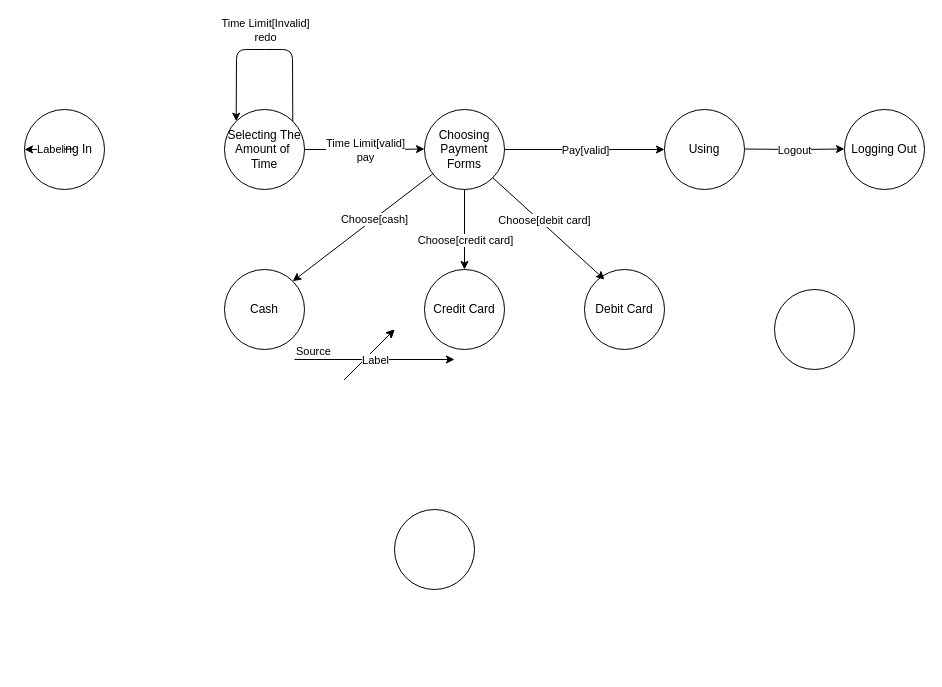
This is test.drawio from RAND1925/drawio_draft, a draw.io file, before an edit. Source tidied: cells renumbered, new cells numbered last; positions are measured from the earlier drawing's top-left corner, leaving out a move shared by most shapes. Both pictures are drawn from the tidied source at 100%, with x=0, y=0 at pixel (24, 49).
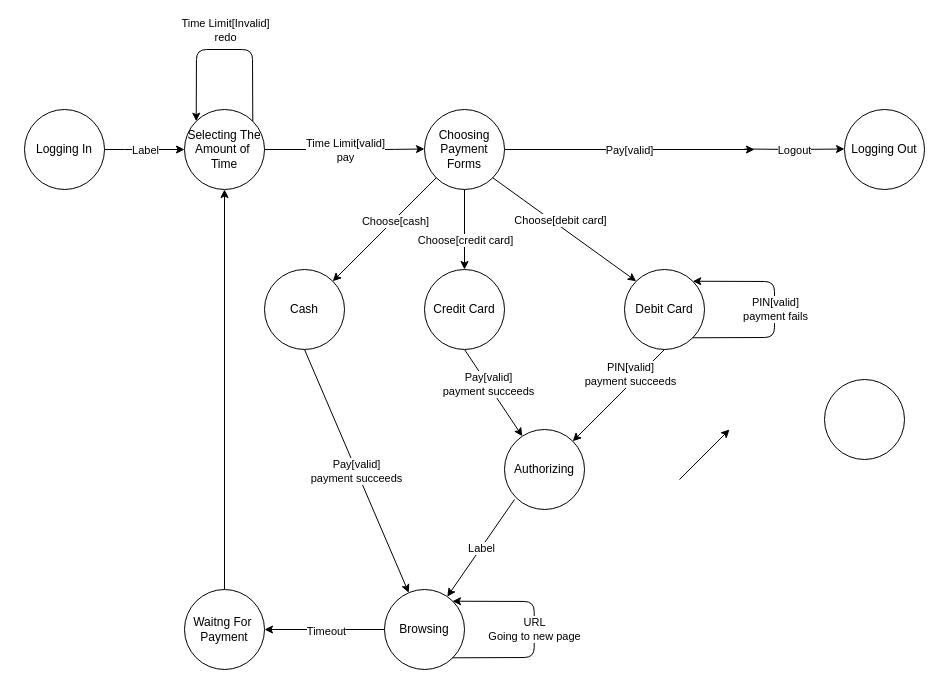
Above is the later version.

The change refers to these unchanged cells:
```xml
<mxCell id="2" value="Logging In" style="ellipse;whiteSpace=wrap;html=1;" parent="1" vertex="1">
  <mxGeometry y="60" width="80" height="80" as="geometry" />
</mxCell>
<mxCell id="8" value="Choosing&lt;br&gt;Payment Forms" style="ellipse;whiteSpace=wrap;html=1;" parent="1" vertex="1">
  <mxGeometry x="400" y="60" width="80" height="80" as="geometry" />
</mxCell>
<mxCell id="16" value="Credit Card" style="ellipse;whiteSpace=wrap;html=1;" parent="1" vertex="1">
  <mxGeometry x="400" y="220" width="80" height="80" as="geometry" />
</mxCell>
```

The edit, as a diff of the source:
```diff
@@
-    <mxCell id="3" style="endArrow=classic;html=1;entryX=0;entryY=0.5;entryDx=0;entryDy=0;" parent="1" edge="1" target="2">
+    <mxCell id="3" style="endArrow=classic;html=1;entryX=0;entryY=0.5;entryDx=0;entryDy=0;exitX=1;exitY=0.5;exitDx=0;exitDy=0;" parent="1" edge="1" source="2" target="23">
       <mxGeometry relative="1" as="geometry">
-        <mxPoint x="50" y="99.5" as="sourcePoint" />
+        <Array as="points">
+          <mxPoint x="110" y="100" />
+        </Array>
       </mxGeometry>
     </mxCell>
@@
-    <mxCell id="5" value="Using" style="ellipse;whiteSpace=wrap;html=1;" parent="1" vertex="1">
-      <mxGeometry x="640" y="60" width="80" height="80" as="geometry" />
-    </mxCell>
-    <mxCell id="6" style="endArrow=classic;html=1;" parent="1" edge="1" source="8" target="5">
-      <mxGeometry relative="1" as="geometry" />
+    <mxCell id="6" style="endArrow=classic;html=1;" parent="1" edge="1" source="8">
+      <mxGeometry relative="1" as="geometry">
+        <mxPoint x="730" y="100" as="targetPoint" />
+      </mxGeometry>
     </mxCell>
     <mxCell id="7" value="Pay[valid]&lt;br&gt;" style="edgeLabel;html=1;align=center;verticalAlign=middle;" parent="6" vertex="1">
-      <mxGeometry relative="1" as="geometry" />
+      <mxGeometry relative="1" as="geometry">
+        <mxPoint x="-1" as="offset" />
+      </mxGeometry>
     </mxCell>
@@
     <mxCell id="10" style="ellipse;whiteSpace=wrap;html=1;" parent="1" vertex="1">
-      <mxGeometry x="750" y="240" width="80" height="80" as="geometry" />
+      <mxGeometry x="800" y="330" width="80" height="80" as="geometry" />
     </mxCell>
@@
     <mxCell id="15" value="Cash" style="ellipse;whiteSpace=wrap;html=1;" parent="1" vertex="1">
-      <mxGeometry x="200" y="220" width="80" height="80" as="geometry" />
+      <mxGeometry x="240" y="220" width="80" height="80" as="geometry" />
     </mxCell>
+    <mxCell id="33" style="rounded=0;jettySize=auto;html=1;exitX=0.5;exitY=1;exitDx=0;exitDy=0;" parent="1" edge="1" source="16" target="37">
+      <mxGeometry relative="1" as="geometry" />
+    </mxCell>
+    <mxCell id="34" value="Pay[valid]&lt;br&gt;payment succeeds" style="edgeLabel;html=1;align=center;verticalAlign=middle;" parent="33" vertex="1">
+      <mxGeometry x="-0.2" relative="1" as="geometry" />
+    </mxCell>
@@
     <mxCell id="19" value="Debit Card" style="ellipse;whiteSpace=wrap;html=1;" parent="1" vertex="1">
-      <mxGeometry x="560" y="220" width="80" height="80" as="geometry" />
+      <mxGeometry x="600" y="220" width="80" height="80" as="geometry" />
     </mxCell>
-    <mxCell id="20" style="endArrow=classic;html=1;exitX=1;exitY=1;exitDx=0;exitDy=0;" parent="1" edge="1" source="8">
-      <mxGeometry relative="1" as="geometry">
-        <mxPoint x="580" y="230" as="targetPoint" />
-      </mxGeometry>
+    <mxCell id="20" style="endArrow=classic;html=1;exitX=1;exitY=1;exitDx=0;exitDy=0;entryX=0;entryY=0;entryDx=0;entryDy=0;" parent="1" edge="1" source="8" target="19">
+      <mxGeometry relative="1" as="geometry" />
     </mxCell>
@@
-    <mxCell id="22" style="ellipse;whiteSpace=wrap;html=1;" parent="1" vertex="1">
-      <mxGeometry x="370" y="460" width="80" height="80" as="geometry" />
-    </mxCell>
     <mxCell id="23" value="Selecting The&lt;br&gt;Amount of&amp;nbsp;&lt;br&gt;Time" style="ellipse;whiteSpace=wrap;html=1;" parent="1" vertex="1">
-      <mxGeometry x="200" y="60" width="80" height="80" as="geometry" />
+      <mxGeometry x="160" y="60" width="80" height="80" as="geometry" />
     </mxCell>
-    <mxCell id="24" style="endArrow=classic;html=1;" parent="1" edge="1">
-      <mxGeometry relative="1" as="geometry">
-        <mxPoint x="320" y="330" as="sourcePoint" />
-        <mxPoint x="370" y="280" as="targetPoint" />
-      </mxGeometry>
-    </mxCell>
-    <mxCell id="25" style="endArrow=classic;html=1;" parent="1" edge="1">
-      <mxGeometry relative="1" as="geometry">
-        <mxPoint x="320" y="330" as="sourcePoint" />
-        <mxPoint x="370" y="280" as="targetPoint" />
-      </mxGeometry>
+    <mxCell id="25" style="endArrow=classic;html=1;exitX=0.5;exitY=0;exitDx=0;exitDy=0;entryX=0.5;entryY=1;entryDx=0;entryDy=0;" parent="1" edge="1" source="47" target="23">
+      <mxGeometry relative="1" as="geometry" />
     </mxCell>
-    <mxCell id="26" style="endArrow=classic;html=1;" parent="1" edge="1">
-      <mxGeometry relative="1" as="geometry">
-        <mxPoint x="270" y="310" as="sourcePoint" />
-        <mxPoint x="430" y="310" as="targetPoint" />
-      </mxGeometry>
+    <mxCell id="26" style="endArrow=classic;html=1;exitX=0.5;exitY=1;exitDx=0;exitDy=0;entryX=1;entryY=0;entryDx=0;entryDy=0;" parent="1" edge="1" source="19" target="37">
+      <mxGeometry relative="1" as="geometry" />
     </mxCell>
-    <mxCell id="27" value="Label" style="edgeLabel;html=1;align=center;verticalAlign=middle;" parent="26" vertex="1">
-      <mxGeometry relative="1" as="geometry" />
+    <mxCell id="27" value="PIN[valid]&lt;br&gt;payment succeeds" style="edgeLabel;html=1;align=center;verticalAlign=middle;" parent="26" vertex="1">
+      <mxGeometry relative="1" as="geometry">
+        <mxPoint x="11" y="-21.3" as="offset" />
+      </mxGeometry>
     </mxCell>
-    <mxCell id="28" value="Source" style="edgeLabel;html=1;align=left;verticalAlign=bottom;" parent="26" vertex="1">
-      <mxGeometry x="-1" relative="1" as="geometry" />
-    </mxCell>
@@
     <mxCell id="31" style="endArrow=classic;html=1;exitX=1;exitY=0;exitDx=0;exitDy=0;entryX=0;entryY=0;entryDx=0;entryDy=0;" parent="1" edge="1" source="23" target="23">
       <mxGeometry relative="1" as="geometry">
         <Array as="points">
-          <mxPoint x="268" />
-          <mxPoint x="240" />
-          <mxPoint x="212" />
+          <mxPoint x="228" />
+          <mxPoint x="172" />
         </Array>
       </mxGeometry>
     </mxCell>
@@
+    <mxCell id="35" style="endArrow=classic;html=1;exitX=1;exitY=1;exitDx=0;exitDy=0;entryX=1;entryY=0;entryDx=0;entryDy=0;" parent="1" edge="1" source="19" target="19">
+      <mxGeometry relative="1" as="geometry">
+        <Array as="points">
+          <mxPoint x="750" y="288" />
+          <mxPoint x="750" y="232" />
+        </Array>
+      </mxGeometry>
+    </mxCell>
+    <mxCell id="36" value="PIN[valid]&lt;br&gt;payment fails" style="edgeLabel;html=1;align=center;verticalAlign=middle;" parent="35" vertex="1">
+      <mxGeometry relative="1" as="geometry" />
+    </mxCell>
+    <mxCell id="37" value="Authorizing" style="ellipse;whiteSpace=wrap;html=1;" parent="1" vertex="1">
+      <mxGeometry x="480" y="380" width="80" height="80" as="geometry" />
+    </mxCell>
+    <mxCell id="38" style="endArrow=classic;html=1;exitX=0.5;exitY=1;exitDx=0;exitDy=0;" parent="1" edge="1" source="15" target="42">
+      <mxGeometry relative="1" as="geometry" />
+    </mxCell>
+    <mxCell id="39" value="Pay[valid]&lt;br&gt;payment succeeds" style="edgeLabel;html=1;align=center;verticalAlign=middle;" parent="38" vertex="1">
+      <mxGeometry relative="1" as="geometry" />
+    </mxCell>
+    <mxCell id="40" style="edgeStyle=none;rounded=0;jettySize=auto;html=1;exitX=0;exitY=0.5;exitDx=0;exitDy=0;entryX=1;entryY=0.5;entryDx=0;entryDy=0;" parent="1" edge="1" source="42" target="47">
+      <mxGeometry relative="1" as="geometry">
+        <Array as="points">
+          <mxPoint x="300" y="580" />
+        </Array>
+      </mxGeometry>
+    </mxCell>
+    <mxCell id="41" value="Timeout" style="edgeLabel;html=1;align=center;verticalAlign=middle;" parent="40" vertex="1">
+      <mxGeometry x="-0.01" y="1" relative="1" as="geometry" />
+    </mxCell>
+    <mxCell id="42" value="Browsing" style="ellipse;whiteSpace=wrap;html=1;" parent="1" vertex="1">
+      <mxGeometry x="360" y="540" width="80" height="80" as="geometry" />
+    </mxCell>
+    <mxCell id="43" style="endArrow=classic;html=1;exitX=0.125;exitY=0.875;exitDx=0;exitDy=0;exitPerimeter=0;" parent="1" edge="1" source="37" target="42">
+      <mxGeometry relative="1" as="geometry" />
+    </mxCell>
+    <mxCell id="44" value="Label" style="edgeLabel;html=1;align=center;verticalAlign=middle;" parent="43" vertex="1">
+      <mxGeometry relative="1" as="geometry" />
+    </mxCell>
+    <mxCell id="45" style="endArrow=classic;html=1;exitX=1;exitY=1;exitDx=0;exitDy=0;entryX=1;entryY=0;entryDx=0;entryDy=0;" parent="1" edge="1">
+      <mxGeometry relative="1" as="geometry">
+        <mxPoint x="428" y="608.3" as="sourcePoint" />
+        <mxPoint x="428" y="551.7" as="targetPoint" />
+        <Array as="points">
+          <mxPoint x="509.7" y="608" />
+          <mxPoint x="509.7" y="552" />
+        </Array>
+      </mxGeometry>
+    </mxCell>
+    <mxCell id="46" value="URL&lt;br&gt;Going to new page" style="edgeLabel;html=1;align=center;verticalAlign=middle;" parent="45" vertex="1">
+      <mxGeometry relative="1" as="geometry" />
+    </mxCell>
+    <mxCell id="47" value="Waitng For&amp;nbsp;&lt;br&gt;Payment" style="ellipse;whiteSpace=wrap;html=1;" parent="1" vertex="1">
+      <mxGeometry x="160" y="540" width="80" height="80" as="geometry" />
+    </mxCell>
+    <mxCell id="48" style="endArrow=classic;html=1;" parent="1" edge="1">
+      <mxGeometry relative="1" as="geometry">
+        <mxPoint x="655" y="430" as="sourcePoint" />
+        <mxPoint x="705" y="380" as="targetPoint" />
+      </mxGeometry>
+    </mxCell>
```
